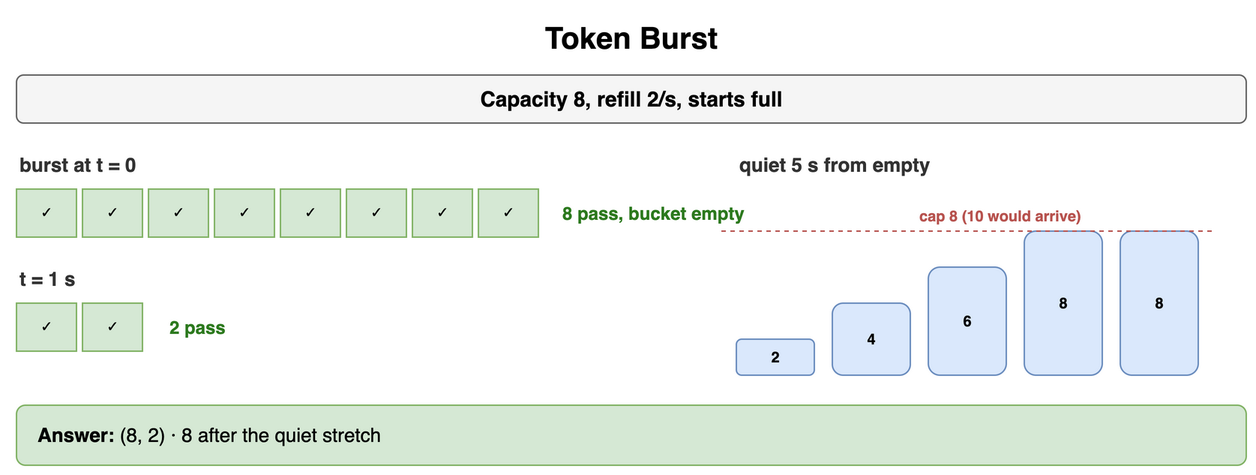
Above: content/09_System_Design_Interview/17_Rate_Limiting_and_Throttling/diagrams/rate-limiting-drills-3-token-burst.png in amendez13/swe-study-guide (draw.io), before the change. Source tidied: cells renumbered, new cells last; positions are measured from the earlier drawing's top-left corner, leaving out a move shared by most shapes.
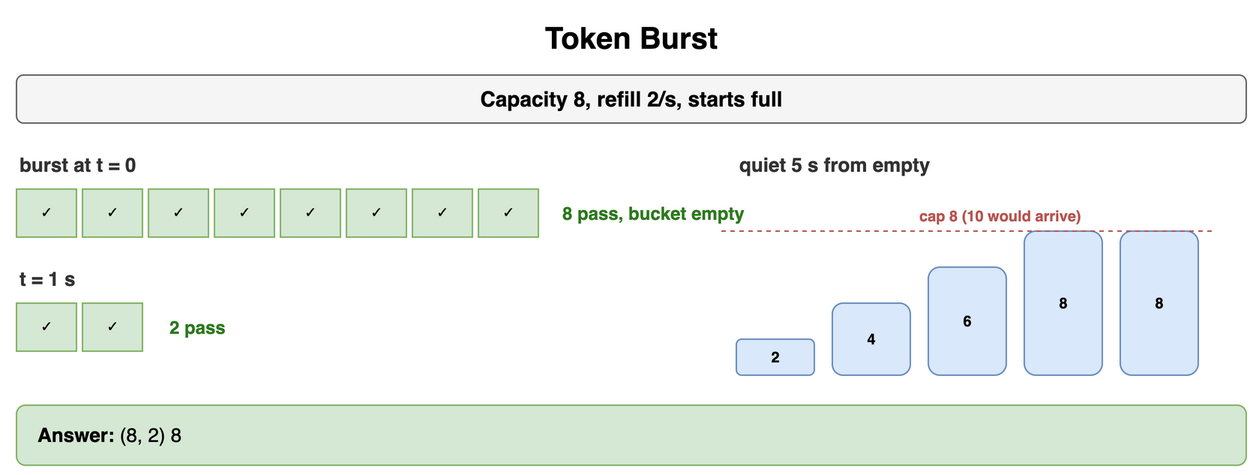
Later version of the same file.

Diff of the diagram source:
```diff
@@ -77,7 +77,7 @@
     <mxCell id="25" value="cap 8 (10 would arrive)" style="text;html=1;whiteSpace=wrap;fontSize=11;align=left;verticalAlign=middle;fontSize=10;fontColor=#b85450;fontStyle=1;" parent="1" vertex="1">
       <mxGeometry x="600" y="126" width="220" height="16" as="geometry" />
     </mxCell>
-    <mxCell id="26" value="&lt;b&gt;Answer:&lt;/b&gt; (8, 2) · 8 after the quiet stretch" style="rounded=1;whiteSpace=wrap;html=1;fillColor=#d5e8d4;strokeColor=#82b366;fontSize=13;align=left;spacingLeft=12;" parent="1" vertex="1">
+    <mxCell id="26" value="&lt;b&gt;Answer:&lt;/b&gt; (8, 2) 8" style="rounded=1;whiteSpace=wrap;html=1;fillColor=#d5e8d4;strokeColor=#82b366;fontSize=13;align=left;spacingLeft=12;" parent="1" vertex="1">
       <mxGeometry y="260" width="820" height="40" as="geometry" />
     </mxCell>
   </root>
```
